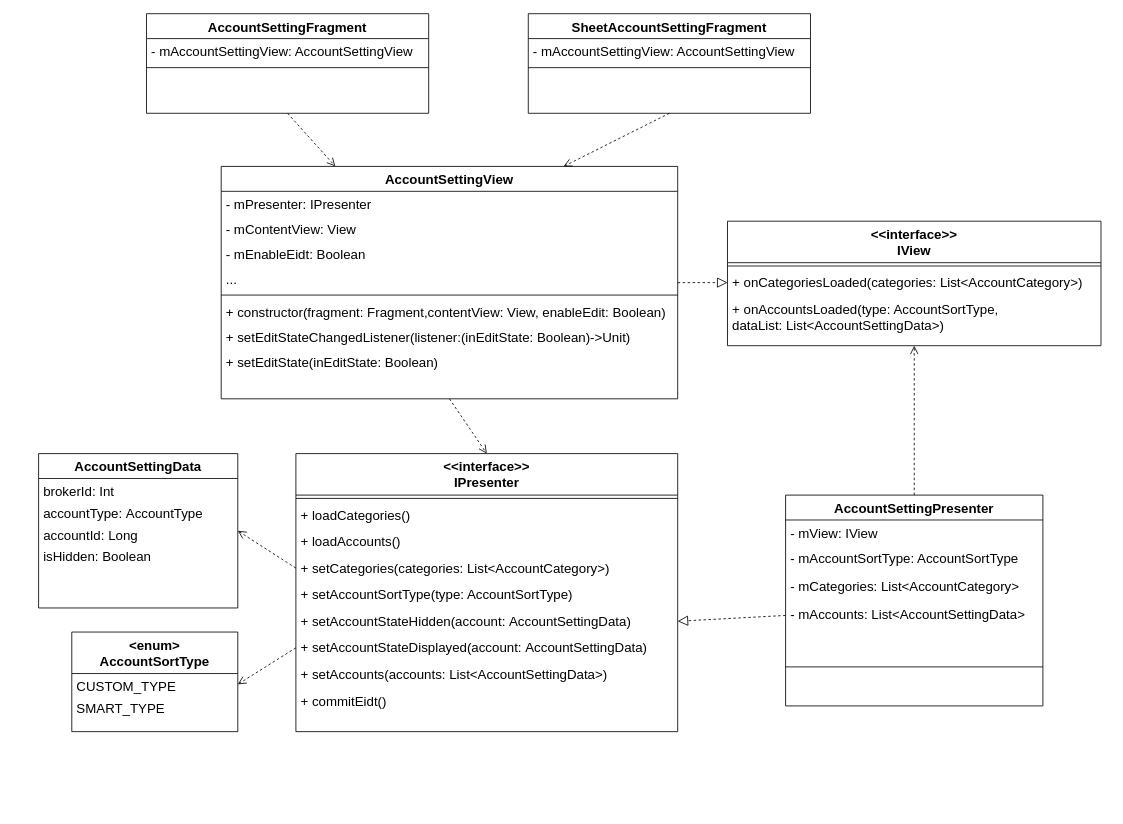
Before: app/account_setting.drawio in EricHyh/KtPermissions, a draw.io diagram. Source tidied: cells renumbered, new cells numbered last; positions are measured from the earlier drawing's top-left corner, leaving out a move shared by most shapes. Both pictures are drawn from the tidied source at 83%, with x=0, y=0 at pixel (38, 13).
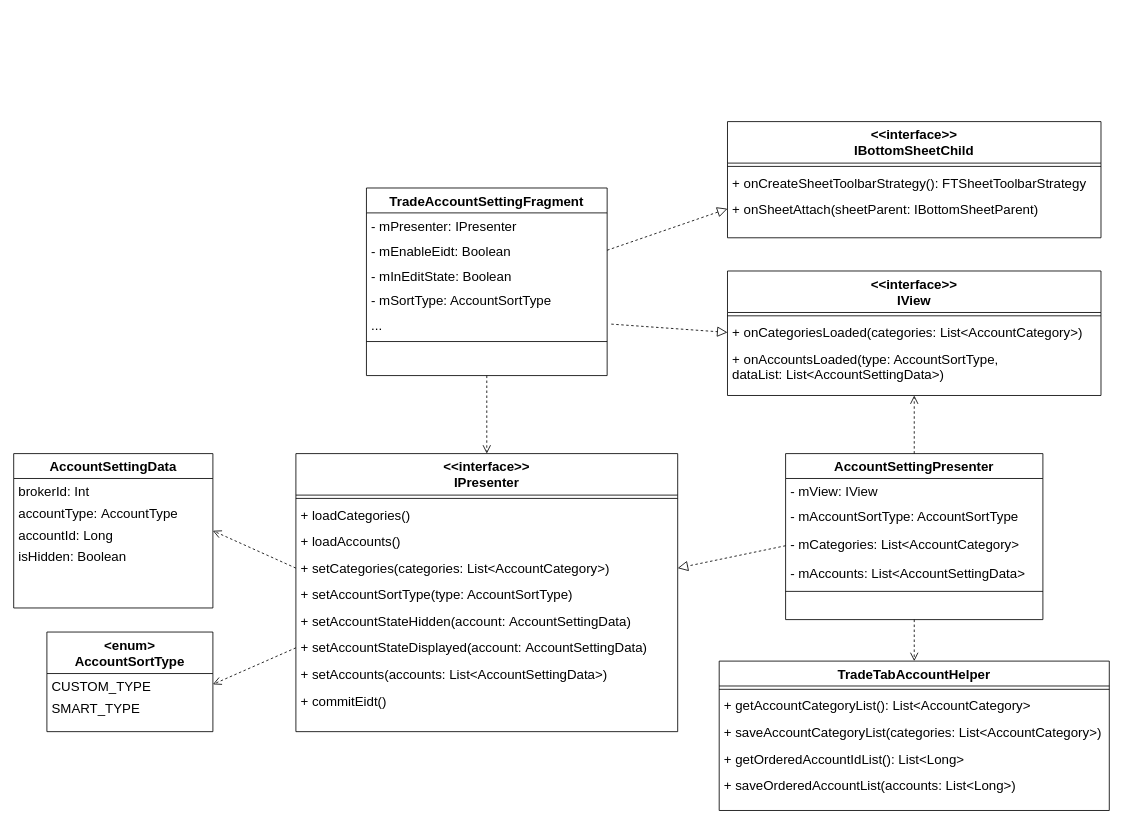
The same page after the edit.

The change refers to these unchanged cells:
```xml
<mxCell id="5" value="+ onCategoriesLoaded(categories: List&lt;AccountCategory&gt;)" style="text;align=left;verticalAlign=top;spacingLeft=4;spacingRight=4;overflow=hidden;points=[[0,0.5],[1,0.5]];portConstraint=eastwest;fontSize=16;" parent="3" vertex="1">
  <mxGeometry y="58" width="450" height="32" as="geometry" />
</mxCell>
<mxCell id="7" value="&lt;&lt;interface&gt;&gt;&#10;IPresenter&#10;" style="swimlane;fontStyle=1;align=center;verticalAlign=top;horizontal=1;startSize=50;rounded=0;shadow=0;strokeWidth=1;fontSize=16;" parent="1" vertex="1">
  <mxGeometry x="310" y="530" width="460" height="335" as="geometry" />
</mxCell>
<mxCell id="11" value="+ setCategories(categories: List&lt;AccountCategory&gt;)" style="text;align=left;verticalAlign=top;spacingLeft=4;spacingRight=4;overflow=hidden;points=[[0,0.5],[1,0.5]];portConstraint=eastwest;fontSize=16;" parent="7" vertex="1">
  <mxGeometry y="122" width="460" height="32" as="geometry" />
</mxCell>
<mxCell id="13" value="+ setAccountStateHidden(account: AccountSettingData)" style="text;align=left;verticalAlign=top;spacingLeft=4;spacingRight=4;overflow=hidden;points=[[0,0.5],[1,0.5]];portConstraint=eastwest;fontSize=16;" parent="7" vertex="1">
  <mxGeometry y="186" width="460" height="32" as="geometry" />
</mxCell>
<mxCell id="29" value="- mCategories: List&lt;AccountCategory&gt;" style="text;align=left;verticalAlign=top;spacingLeft=4;spacingRight=4;overflow=hidden;points=[[0,0.5],[1,0.5]];portConstraint=eastwest;rounded=0;shadow=0;html=0;fontSize=16;" parent="26" vertex="1">
  <mxGeometry y="94" width="310" height="34" as="geometry" />
</mxCell>
<mxCell id="30" value="- mAccounts: List&lt;AccountSettingData&gt;" style="text;align=left;verticalAlign=top;spacingLeft=4;spacingRight=4;overflow=hidden;points=[[0,0.5],[1,0.5]];portConstraint=eastwest;rounded=0;shadow=0;html=0;fontSize=16;" parent="26" vertex="1">
  <mxGeometry y="128" width="310" height="34" as="geometry" />
</mxCell>
```

What changed in the source:
```diff
@@
     <mxCell id="3" value="&lt;&lt;interface&gt;&gt;&#10;IView&#10;" style="swimlane;fontStyle=1;align=center;verticalAlign=top;horizontal=1;startSize=50;rounded=0;shadow=0;strokeWidth=1;fontSize=16;" parent="1" vertex="1">
-      <mxGeometry x="830" y="250" width="450" height="150" as="geometry" />
+      <mxGeometry x="830" y="310" width="450" height="150" as="geometry" />
     </mxCell>
@@
     <mxCell id="17" value="&lt;enum&gt;&#10;AccountSortType" style="swimlane;fontStyle=1;align=center;verticalAlign=top;horizontal=1;startSize=50;rounded=0;shadow=0;strokeWidth=1;fontSize=16;" parent="1" vertex="1">
-      <mxGeometry x="40" y="745" width="200" height="120" as="geometry" />
+      <mxGeometry x="10" y="745" width="200" height="120" as="geometry" />
     </mxCell>
@@
     <mxCell id="20" value="AccountSettingData" style="swimlane;fontStyle=1;align=center;verticalAlign=top;horizontal=1;startSize=30;rounded=0;shadow=0;strokeWidth=1;fontSize=16;" parent="1" vertex="1">
-      <mxGeometry y="530" width="240" height="186" as="geometry" />
+      <mxGeometry x="-30" y="530" width="240" height="186" as="geometry" />
     </mxCell>
@@
     <mxCell id="26" value="AccountSettingPresenter" style="swimlane;fontStyle=1;align=center;verticalAlign=top;horizontal=1;startSize=30;rounded=0;shadow=0;strokeWidth=1;fontSize=16;" parent="1" vertex="1">
-      <mxGeometry x="900" y="580" width="310" height="254" as="geometry" />
+      <mxGeometry x="900" y="530" width="310" height="200" as="geometry" />
     </mxCell>
@@
     <mxCell id="31" style="line;html=1;strokeWidth=1;align=left;verticalAlign=middle;spacingTop=-1;spacingLeft=3;spacingRight=3;labelPosition=right;fontSize=16;" parent="26" vertex="1">
-      <mxGeometry y="162" width="310" height="90" as="geometry" />
+      <mxGeometry y="162" width="310" height="8" as="geometry" />
     </mxCell>
-    <mxCell id="32" style="endArrow=block;endSize=10;endFill=0;shadow=0;strokeWidth=1;rounded=0;elbow=vertical;fontSize=16;entryX=1;entryY=0.5;entryDx=0;entryDy=0;dashed=1;exitX=0;exitY=0.5;exitDx=0;exitDy=0;" parent="1" edge="1" source="30" target="13">
+    <mxCell id="32" style="endArrow=block;endSize=10;endFill=0;shadow=0;strokeWidth=1;rounded=0;elbow=vertical;fontSize=16;entryX=1;entryY=0.5;entryDx=0;entryDy=0;dashed=1;exitX=0;exitY=0.5;exitDx=0;exitDy=0;" parent="1" edge="1" source="29" target="11">
       <mxGeometry relative="1" as="geometry" />
     </mxCell>
-    <mxCell id="33" value="AccountSettingView&#10;" style="swimlane;fontStyle=1;align=center;verticalAlign=top;horizontal=1;startSize=30;rounded=0;shadow=0;strokeWidth=1;fontSize=16;" parent="1" vertex="1">
-      <mxGeometry x="220" y="184" width="550" height="280" as="geometry" />
+    <mxCell id="33" value="TradeAccountSettingFragment" style="swimlane;fontStyle=1;align=center;verticalAlign=top;horizontal=1;startSize=30;rounded=0;shadow=0;strokeWidth=1;fontSize=16;" parent="1" vertex="1">
+      <mxGeometry x="395" y="210" width="290" height="226" as="geometry" />
     </mxCell>
     <mxCell id="34" value="- mPresenter: IPresenter" style="text;align=left;verticalAlign=top;spacingLeft=4;spacingRight=4;overflow=hidden;fontSize=16;" parent="33" vertex="1">
-      <mxGeometry y="30" width="550" height="30" as="geometry" />
+      <mxGeometry y="30" width="290" height="30" as="geometry" />
     </mxCell>
-    <mxCell id="35" value="- mContentView: View" style="text;align=left;verticalAlign=top;spacingLeft=4;spacingRight=4;overflow=hidden;fontSize=16;" parent="33" vertex="1">
-      <mxGeometry y="60" width="550" height="30" as="geometry" />
-    </mxCell>
     <mxCell id="36" value="- mEnableEidt: Boolean" style="text;align=left;verticalAlign=top;spacingLeft=4;spacingRight=4;overflow=hidden;points=[[0,0.5],[1,0.5]];portConstraint=eastwest;fontSize=16;" parent="33" vertex="1">
-      <mxGeometry y="90" width="550" height="30" as="geometry" />
+      <mxGeometry y="60" width="290" height="30" as="geometry" />
     </mxCell>
+    <mxCell id="53" value="- mInEditState: Boolean" style="text;align=left;verticalAlign=top;spacingLeft=4;spacingRight=4;overflow=hidden;fontSize=16;" parent="33" vertex="1">
+      <mxGeometry y="90" width="290" height="30" as="geometry" />
+    </mxCell>
+    <mxCell id="54" value="- mSortType: AccountSortType" style="text;align=left;verticalAlign=top;spacingLeft=4;spacingRight=4;overflow=hidden;fontSize=16;" parent="33" vertex="1">
+      <mxGeometry y="120" width="290" height="30" as="geometry" />
+    </mxCell>
     <mxCell id="37" value="..." style="text;align=left;verticalAlign=top;spacingLeft=4;spacingRight=4;overflow=hidden;fontSize=16;" parent="33" vertex="1">
-      <mxGeometry y="120" width="550" height="30" as="geometry" />
+      <mxGeometry y="150" width="290" height="30" as="geometry" />
     </mxCell>
     <mxCell id="38" style="line;html=1;strokeWidth=1;align=left;verticalAlign=middle;spacingTop=-1;spacingLeft=3;spacingRight=3;labelPosition=right;fontSize=16;" parent="33" vertex="1">
-      <mxGeometry y="150" width="550" height="10" as="geometry" />
+      <mxGeometry y="180" width="290" height="10" as="geometry" />
     </mxCell>
-    <mxCell id="39" value="+ constructor(fragment: Fragment,contentView: View, enableEdit: Boolean)" style="text;align=left;verticalAlign=top;spacingLeft=4;spacingRight=4;overflow=hidden;fontSize=16;" parent="33" vertex="1">
-      <mxGeometry y="160" width="550" height="30" as="geometry" />
-    </mxCell>
-    <mxCell id="40" value="+ setEditStateChangedListener(listener:(inEditState: Boolean)-&gt;Unit)" style="text;align=left;verticalAlign=top;spacingLeft=4;spacingRight=4;overflow=hidden;fontSize=16;" parent="33" vertex="1">
-      <mxGeometry y="190" width="550" height="30" as="geometry" />
-    </mxCell>
-    <mxCell id="41" value="+ setEditState(inEditState: Boolean)" style="text;align=left;verticalAlign=top;spacingLeft=4;spacingRight=4;overflow=hidden;fontSize=16;" parent="33" vertex="1">
-      <mxGeometry y="220" width="550" height="30" as="geometry" />
-    </mxCell>
-    <mxCell id="42" style="html=1;verticalAlign=bottom;endArrow=open;dashed=1;endSize=8;entryX=0.5;entryY=0;entryDx=0;entryDy=0;fontSize=16;" parent="1" edge="1" target="7">
-      <mxGeometry relative="1" as="geometry">
-        <mxPoint x="495" y="464" as="sourcePoint" />
-      </mxGeometry>
+    <mxCell id="42" style="html=1;verticalAlign=bottom;endArrow=open;dashed=1;endSize=8;entryX=0.5;entryY=0;entryDx=0;entryDy=0;fontSize=16;exitX=0.5;exitY=1;exitDx=0;exitDy=0;" parent="1" edge="1" source="33" target="7">
+      <mxGeometry relative="1" as="geometry" />
     </mxCell>
-    <mxCell id="43" style="endArrow=block;endSize=10;endFill=0;shadow=0;strokeWidth=1;rounded=0;elbow=vertical;exitX=1;exitY=0.5;exitDx=0;exitDy=0;fontSize=16;entryX=0;entryY=0.5;entryDx=0;entryDy=0;dashed=1;" parent="1" edge="1" source="33" target="5">
-      <mxGeometry relative="1" as="geometry" />
+    <mxCell id="43" style="endArrow=block;endSize=10;endFill=0;shadow=0;strokeWidth=1;rounded=0;elbow=vertical;fontSize=16;entryX=0;entryY=0.5;entryDx=0;entryDy=0;dashed=1;" parent="1" edge="1" target="5">
+      <mxGeometry relative="1" as="geometry">
+        <mxPoint x="690" y="374" as="sourcePoint" />
+      </mxGeometry>
     </mxCell>
@@
-    <mxCell id="45" value="AccountSettingFragment" style="swimlane;fontStyle=1;align=center;verticalAlign=top;horizontal=1;startSize=30;rounded=0;shadow=0;strokeWidth=1;fontSize=16;" parent="1" vertex="1">
-      <mxGeometry x="130" width="340" height="120" as="geometry" />
-    </mxCell>
-    <mxCell id="46" value="- mAccountSettingView: AccountSettingView&#10;" style="text;align=left;verticalAlign=top;spacingLeft=4;spacingRight=4;overflow=hidden;fontSize=16;" parent="45" vertex="1">
-      <mxGeometry y="30" width="340" height="30" as="geometry" />
-    </mxCell>
-    <mxCell id="47" style="line;html=1;strokeWidth=1;align=left;verticalAlign=middle;spacingTop=-1;spacingLeft=3;spacingRight=3;labelPosition=right;fontSize=16;" parent="45" vertex="1">
-      <mxGeometry y="60" width="340" height="10" as="geometry" />
-    </mxCell>
-    <mxCell id="48" value="SheetAccountSettingFragment" style="swimlane;fontStyle=1;align=center;verticalAlign=top;horizontal=1;startSize=30;rounded=0;shadow=0;strokeWidth=1;fontSize=16;" parent="1" vertex="1">
-      <mxGeometry x="590" width="340" height="120" as="geometry" />
-    </mxCell>
-    <mxCell id="49" value="- mAccountSettingView: AccountSettingView&#10;" style="text;align=left;verticalAlign=top;spacingLeft=4;spacingRight=4;overflow=hidden;fontSize=16;" parent="48" vertex="1">
-      <mxGeometry y="30" width="340" height="30" as="geometry" />
-    </mxCell>
-    <mxCell id="50" style="line;html=1;strokeWidth=1;align=left;verticalAlign=middle;spacingTop=-1;spacingLeft=3;spacingRight=3;labelPosition=right;fontSize=16;" parent="48" vertex="1">
-      <mxGeometry y="60" width="340" height="10" as="geometry" />
-    </mxCell>
-    <mxCell id="51" style="html=1;verticalAlign=bottom;endArrow=open;dashed=1;endSize=8;entryX=0.25;entryY=0;entryDx=0;entryDy=0;fontSize=16;exitX=0.5;exitY=1;exitDx=0;exitDy=0;" parent="1" edge="1" source="45" target="33">
-      <mxGeometry relative="1" as="geometry" />
-    </mxCell>
-    <mxCell id="52" style="html=1;verticalAlign=bottom;endArrow=open;dashed=1;endSize=8;entryX=0.75;entryY=0;entryDx=0;entryDy=0;fontSize=16;exitX=0.5;exitY=1;exitDx=0;exitDy=0;" parent="1" edge="1" source="48" target="33">
-      <mxGeometry relative="1" as="geometry" />
-    </mxCell>
+    <mxCell id="55" value="TradeTabAccountHelper" style="swimlane;fontStyle=1;align=center;verticalAlign=top;horizontal=1;startSize=30;rounded=0;shadow=0;strokeWidth=1;fontSize=16;" parent="1" vertex="1">
+      <mxGeometry x="820" y="780" width="470" height="180" as="geometry" />
+    </mxCell>
+    <mxCell id="56" style="line;html=1;strokeWidth=1;align=left;verticalAlign=middle;spacingTop=-1;spacingLeft=3;spacingRight=3;labelPosition=right;fontSize=16;" parent="55" vertex="1">
+      <mxGeometry y="30" width="470" height="8" as="geometry" />
+    </mxCell>
+    <mxCell id="57" value="+ getAccountCategoryList(): List&lt;AccountCategory&gt;" style="text;align=left;verticalAlign=top;spacingLeft=4;spacingRight=4;overflow=hidden;fontSize=16;" parent="55" vertex="1">
+      <mxGeometry y="38" width="470" height="32" as="geometry" />
+    </mxCell>
+    <mxCell id="58" value="+ saveAccountCategoryList(categories: List&lt;AccountCategory&gt;)" style="text;align=left;verticalAlign=top;spacingLeft=4;spacingRight=4;overflow=hidden;fontSize=16;" parent="55" vertex="1">
+      <mxGeometry y="70" width="470" height="32" as="geometry" />
+    </mxCell>
+    <mxCell id="59" value="+ getOrderedAccountIdList(): List&lt;Long&gt;" style="text;align=left;verticalAlign=top;spacingLeft=4;spacingRight=4;overflow=hidden;fontSize=16;" parent="55" vertex="1">
+      <mxGeometry y="102" width="470" height="32" as="geometry" />
+    </mxCell>
+    <mxCell id="60" value="+ saveOrderedAccountList(accounts: List&lt;Long&gt;)" style="text;align=left;verticalAlign=top;spacingLeft=4;spacingRight=4;overflow=hidden;fontSize=16;" parent="55" vertex="1">
+      <mxGeometry y="134" width="470" height="32" as="geometry" />
+    </mxCell>
+    <mxCell id="61" style="html=1;verticalAlign=bottom;endArrow=open;dashed=1;endSize=8;entryX=0.5;entryY=0;entryDx=0;entryDy=0;fontSize=16;exitX=0.5;exitY=1;exitDx=0;exitDy=0;" parent="1" edge="1" source="26" target="55">
+      <mxGeometry relative="1" as="geometry" />
+    </mxCell>
+    <mxCell id="62" value="&lt;&lt;interface&gt;&gt;&#10;IBottomSheetChild&#10;" style="swimlane;fontStyle=1;align=center;verticalAlign=top;horizontal=1;startSize=50;rounded=0;shadow=0;strokeWidth=1;fontSize=16;" parent="1" vertex="1">
+      <mxGeometry x="830" y="130" width="450" height="140" as="geometry" />
+    </mxCell>
+    <mxCell id="63" style="line;html=1;strokeWidth=1;align=left;verticalAlign=middle;spacingTop=-1;spacingLeft=3;spacingRight=3;labelPosition=right;fontSize=16;" parent="62" vertex="1">
+      <mxGeometry y="50" width="450" height="8" as="geometry" />
+    </mxCell>
+    <mxCell id="64" value="+ onCreateSheetToolbarStrategy(): FTSheetToolbarStrategy" style="text;align=left;verticalAlign=top;spacingLeft=4;spacingRight=4;overflow=hidden;fontSize=16;" parent="62" vertex="1">
+      <mxGeometry y="58" width="450" height="32" as="geometry" />
+    </mxCell>
+    <mxCell id="65" value="+ onSheetAttach(sheetParent: IBottomSheetParent)" style="text;align=left;verticalAlign=top;spacingLeft=4;spacingRight=4;overflow=hidden;points=[[0,0.5],[1,0.5]];portConstraint=eastwest;fontSize=16;" parent="62" vertex="1">
+      <mxGeometry y="90" width="450" height="30" as="geometry" />
+    </mxCell>
+    <mxCell id="66" style="endArrow=block;endSize=10;endFill=0;shadow=0;strokeWidth=1;rounded=0;elbow=vertical;exitX=1;exitY=0.5;exitDx=0;exitDy=0;fontSize=16;entryX=0;entryY=0.5;entryDx=0;entryDy=0;dashed=1;" parent="1" edge="1" source="36" target="65">
+      <mxGeometry relative="1" as="geometry" />
+    </mxCell>
```
